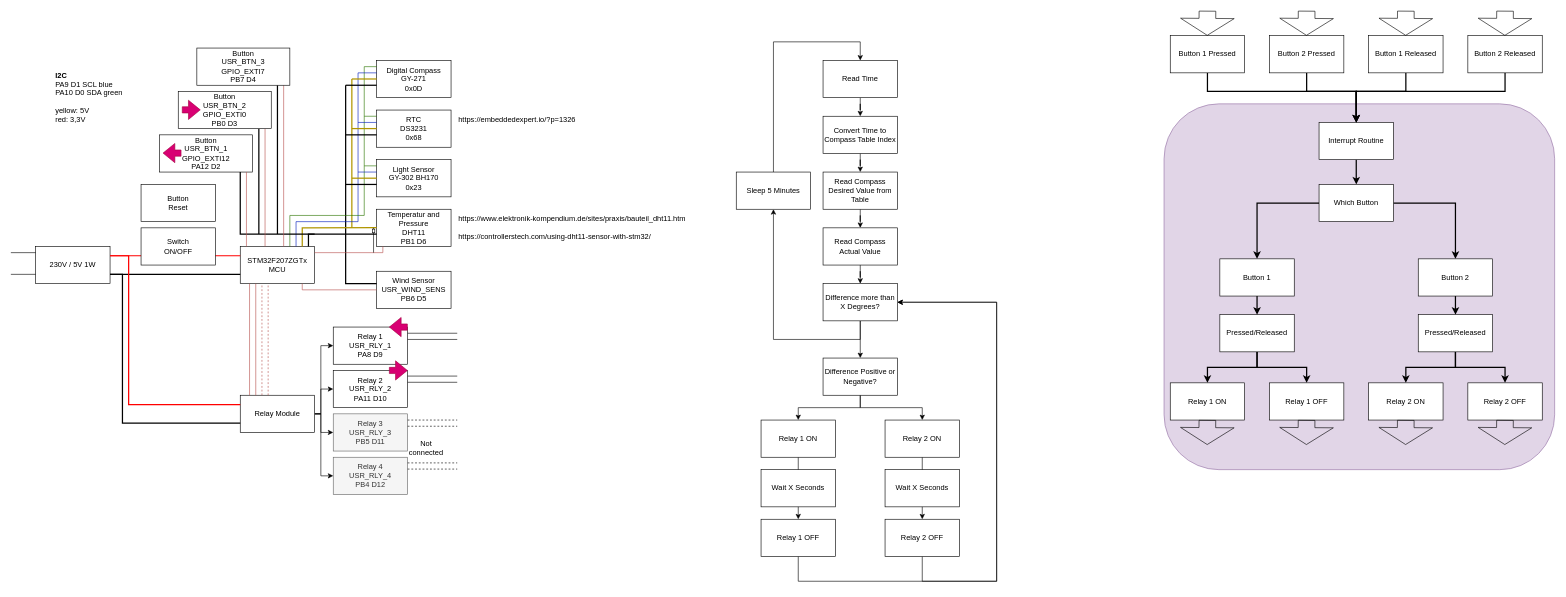
michael-hirschmugl/sun_follower keeps this draw.io diagram as Doc/weather_station.drawio. Above is the earlier version. Source tidied: cells renumbered, new cells numbered last; positions are measured from the earlier drawing's top-left corner, leaving out a move shared by most shapes. Both pictures are drawn from the tidied source at 62%, with x=0, y=0 at pixel (11, 11).
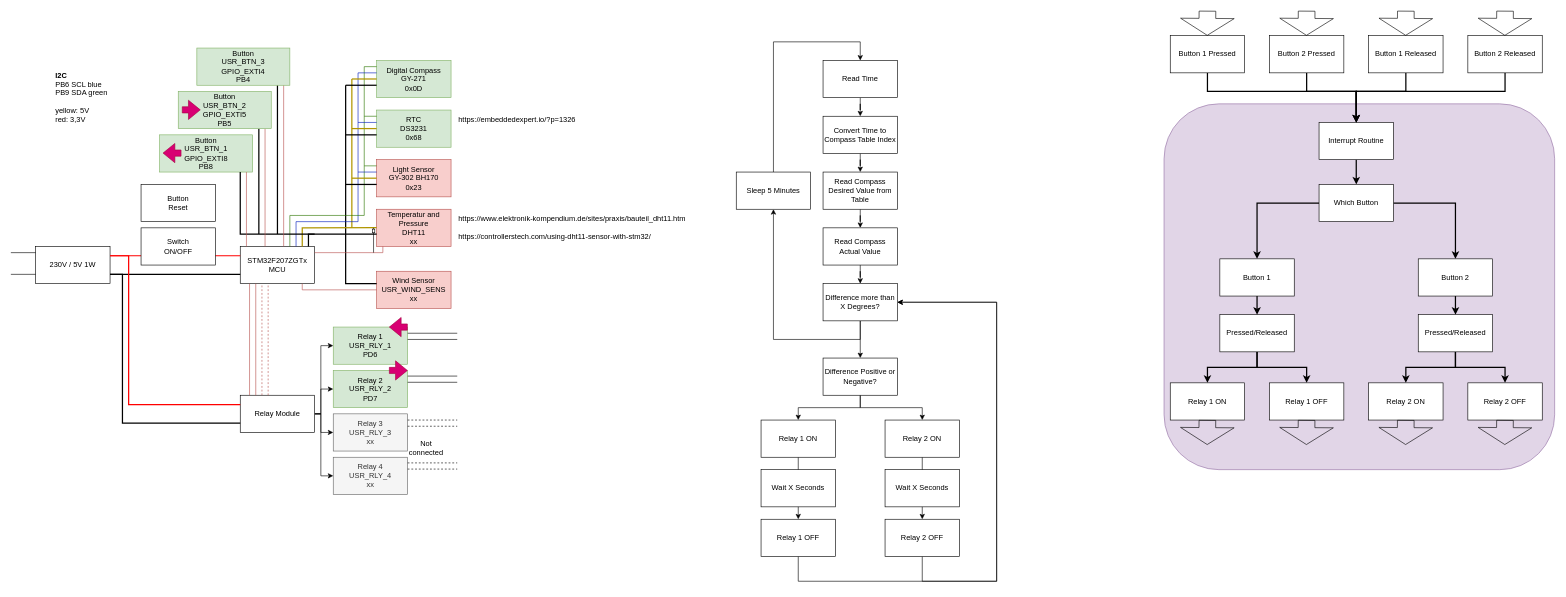
The same diagram, later.

Commit message (it also covers changes not shown here):
Block diagram update.

What changed in the source:
```diff
@@
-    <mxCell id="4" value="Digital Compass&lt;br&gt;GY-271&lt;br&gt;0x0D" style="rounded=0;whiteSpace=wrap;html=1;" parent="1" vertex="1">
+    <mxCell id="4" value="Digital Compass&lt;br&gt;GY-271&lt;br&gt;0x0D" style="rounded=0;whiteSpace=wrap;html=1;fillColor=#d5e8d4;strokeColor=#82b366;" parent="1" vertex="1">
       <mxGeometry x="590" y="80" width="120" height="60" as="geometry" />
     </mxCell>
-    <mxCell id="5" value="RTC&lt;br&gt;DS3231&lt;br&gt;0x68" style="rounded=0;whiteSpace=wrap;html=1;" parent="1" vertex="1">
+    <mxCell id="5" value="RTC&lt;br&gt;DS3231&lt;br&gt;0x68" style="rounded=0;whiteSpace=wrap;html=1;fillColor=#d5e8d4;strokeColor=#82b366;" parent="1" vertex="1">
       <mxGeometry x="590" y="160" width="120" height="60" as="geometry" />
     </mxCell>
-    <mxCell id="6" value="Light Sensor&lt;br&gt;GY-302 BH170&lt;br&gt;0x23" style="rounded=0;whiteSpace=wrap;html=1;" parent="1" vertex="1">
+    <mxCell id="6" value="Light Sensor&lt;br&gt;GY-302 BH170&lt;br&gt;0x23" style="rounded=0;whiteSpace=wrap;html=1;fillColor=#f8cecc;strokeColor=#b85450;" parent="1" vertex="1">
       <mxGeometry x="590" y="240" width="120" height="60" as="geometry" />
     </mxCell>
-    <mxCell id="7" value="Temperatur and Pressure&lt;br&gt;DHT11&lt;br&gt;PB1 D6" style="rounded=0;whiteSpace=wrap;html=1;" parent="1" vertex="1">
+    <mxCell id="7" value="Temperatur and Pressure&lt;br&gt;DHT11&lt;br&gt;xx" style="rounded=0;whiteSpace=wrap;html=1;fillColor=#f8cecc;strokeColor=#b85450;" parent="1" vertex="1">
       <mxGeometry x="590" y="320" width="120" height="60" as="geometry" />
     </mxCell>
@@
-    <mxCell id="13" value="Relay 1&lt;br&gt;USR_RLY_1&lt;br&gt;PA8 D9" style="rounded=0;whiteSpace=wrap;html=1;" parent="1" vertex="1">
+    <mxCell id="13" value="Relay 1&lt;br&gt;USR_RLY_1&lt;br&gt;PD6" style="rounded=0;whiteSpace=wrap;html=1;fillColor=#d5e8d4;strokeColor=#82b366;" parent="1" vertex="1">
       <mxGeometry x="520" y="510" width="120" height="60" as="geometry" />
     </mxCell>
-    <mxCell id="14" value="Relay 2&lt;br&gt;USR_RLY_2&lt;br&gt;PA11 D10" style="rounded=0;whiteSpace=wrap;html=1;" parent="1" vertex="1">
+    <mxCell id="14" value="Relay 2&lt;br&gt;USR_RLY_2&lt;br&gt;PD7" style="rounded=0;whiteSpace=wrap;html=1;fillColor=#d5e8d4;strokeColor=#82b366;" parent="1" vertex="1">
       <mxGeometry x="520" y="580" width="120" height="60" as="geometry" />
     </mxCell>
-    <mxCell id="15" value="Relay 3&lt;br&gt;USR_RLY_3&lt;br&gt;PB5 D11" style="rounded=0;whiteSpace=wrap;html=1;fillColor=#f5f5f5;fontColor=#333333;strokeColor=#666666;" parent="1" vertex="1">
+    <mxCell id="15" value="Relay 3&lt;br&gt;USR_RLY_3&lt;br&gt;xx" style="rounded=0;whiteSpace=wrap;html=1;fillColor=#f5f5f5;fontColor=#333333;strokeColor=#666666;" parent="1" vertex="1">
       <mxGeometry x="520" y="650" width="120" height="60" as="geometry" />
     </mxCell>
-    <mxCell id="16" value="Relay 4&lt;br&gt;USR_RLY_4&lt;br&gt;PB4 D12" style="rounded=0;whiteSpace=wrap;html=1;fillColor=#f5f5f5;fontColor=#333333;strokeColor=#666666;" parent="1" vertex="1">
+    <mxCell id="16" value="Relay 4&lt;br&gt;USR_RLY_4&lt;br&gt;xx" style="rounded=0;whiteSpace=wrap;html=1;fillColor=#f5f5f5;fontColor=#333333;strokeColor=#666666;" parent="1" vertex="1">
       <mxGeometry x="520" y="720" width="120" height="60" as="geometry" />
     </mxCell>
@@
-    <mxCell id="50" value="Button&lt;br&gt;USR_BTN_1&lt;br&gt;GPIO_EXTI12&lt;br&gt;PA12 D2" style="rounded=0;whiteSpace=wrap;html=1;" parent="1" vertex="1">
+    <mxCell id="50" value="Button&lt;br&gt;USR_BTN_1&lt;br&gt;GPIO_EXTI8&lt;br&gt;PB8" style="rounded=0;whiteSpace=wrap;html=1;fillColor=#d5e8d4;strokeColor=#82b366;" parent="1" vertex="1">
       <mxGeometry x="240" y="200" width="150" height="60" as="geometry" />
     </mxCell>
@@
-    <mxCell id="60" value="Wind Sensor&lt;br&gt;USR_WIND_SENS&lt;br&gt;PB6 D5" style="rounded=0;whiteSpace=wrap;html=1;" parent="1" vertex="1">
+    <mxCell id="60" value="Wind Sensor&lt;br&gt;USR_WIND_SENS&lt;br&gt;xx" style="rounded=0;whiteSpace=wrap;html=1;fillColor=#f8cecc;strokeColor=#b85450;" parent="1" vertex="1">
       <mxGeometry x="590" y="420" width="120" height="60" as="geometry" />
     </mxCell>
@@
-    <mxCell id="70" value="&lt;div style=&quot;&quot;&gt;&lt;span style=&quot;background-color: initial;&quot;&gt;&lt;b&gt;I2C&lt;/b&gt;&lt;/span&gt;&lt;/div&gt;&lt;div style=&quot;&quot;&gt;&lt;span style=&quot;background-color: initial;&quot;&gt;PA9 D1 SCL blue&lt;/span&gt;&lt;/div&gt;&lt;div style=&quot;&quot;&gt;&lt;span style=&quot;background-color: initial;&quot;&gt;PA10 D0 SDA green&lt;/span&gt;&lt;/div&gt;&lt;div style=&quot;&quot;&gt;&lt;span style=&quot;background-color: initial;&quot;&gt;&lt;br&gt;&lt;/span&gt;&lt;/div&gt;&lt;div style=&quot;&quot;&gt;&lt;span style=&quot;background-color: initial;&quot;&gt;yellow: 5V&lt;/span&gt;&lt;/div&gt;&lt;div style=&quot;&quot;&gt;&lt;span style=&quot;background-color: initial;&quot;&gt;red: 3,3V&lt;/span&gt;&lt;/div&gt;" style="text;html=1;strokeColor=none;fillColor=none;align=left;verticalAlign=middle;whiteSpace=wrap;rounded=0;" parent="1" vertex="1">
+    <mxCell id="70" value="&lt;div style=&quot;&quot;&gt;&lt;span style=&quot;background-color: initial;&quot;&gt;&lt;b&gt;I2C&lt;/b&gt;&lt;/span&gt;&lt;/div&gt;&lt;div style=&quot;&quot;&gt;&lt;span style=&quot;background-color: initial;&quot;&gt;PB6 SCL blue&lt;/span&gt;&lt;/div&gt;&lt;div style=&quot;&quot;&gt;&lt;span style=&quot;background-color: initial;&quot;&gt;PB9 SDA green&lt;/span&gt;&lt;/div&gt;&lt;div style=&quot;&quot;&gt;&lt;span style=&quot;background-color: initial;&quot;&gt;&lt;br&gt;&lt;/span&gt;&lt;/div&gt;&lt;div style=&quot;&quot;&gt;&lt;span style=&quot;background-color: initial;&quot;&gt;yellow: 5V&lt;/span&gt;&lt;/div&gt;&lt;div style=&quot;&quot;&gt;&lt;span style=&quot;background-color: initial;&quot;&gt;red: 3,3V&lt;/span&gt;&lt;/div&gt;" style="text;html=1;strokeColor=none;fillColor=none;align=left;verticalAlign=middle;whiteSpace=wrap;rounded=0;" parent="1" vertex="1">
       <mxGeometry x="70" y="100" width="160" height="80" as="geometry" />
     </mxCell>
@@
-    <mxCell id="72" value="Button&lt;br&gt;USR_BTN_3&lt;br&gt;GPIO_EXTI7&lt;br&gt;PB7 D4" style="rounded=0;whiteSpace=wrap;html=1;" parent="1" vertex="1">
+    <mxCell id="72" value="Button&lt;br&gt;USR_BTN_3&lt;br&gt;GPIO_EXTI4&lt;br&gt;PB4" style="rounded=0;whiteSpace=wrap;html=1;fillColor=#d5e8d4;strokeColor=#82b366;" parent="1" vertex="1">
       <mxGeometry x="300" y="60" width="150" height="60" as="geometry" />
     </mxCell>
-    <mxCell id="73" value="Button&lt;br&gt;USR_BTN_2&lt;br&gt;GPIO_EXTI0&lt;br&gt;PB0 D3" style="rounded=0;whiteSpace=wrap;html=1;" parent="1" vertex="1">
+    <mxCell id="73" value="Button&lt;br&gt;USR_BTN_2&lt;br&gt;GPIO_EXTI5&lt;br&gt;PB5" style="rounded=0;whiteSpace=wrap;html=1;fillColor=#d5e8d4;strokeColor=#82b366;" parent="1" vertex="1">
       <mxGeometry x="270" y="130" width="150" height="60" as="geometry" />
     </mxCell>
```
